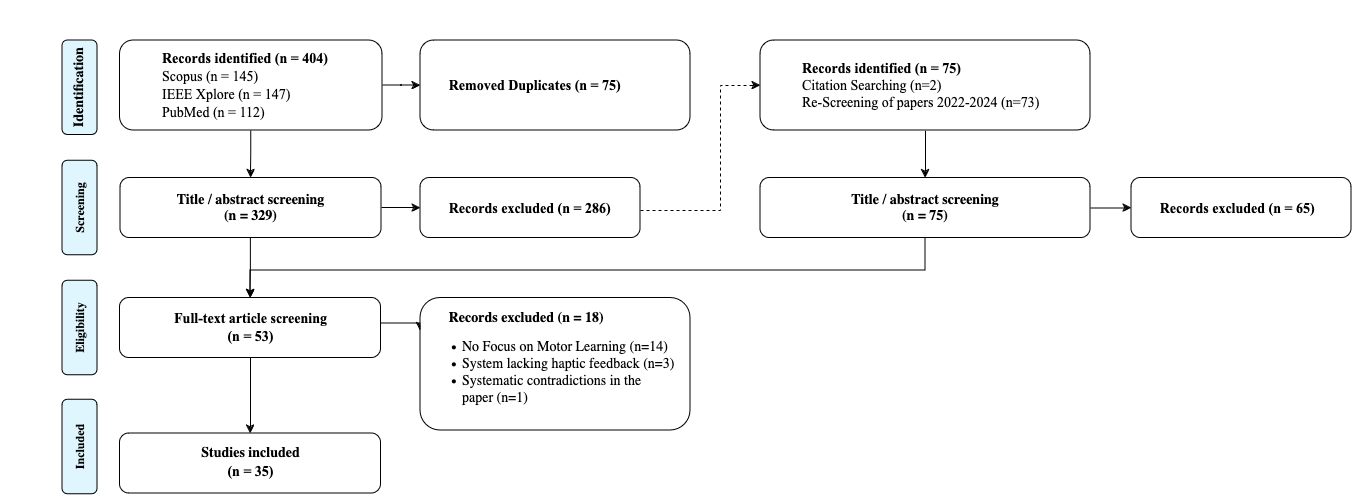
The draw.io diagram figures/prisma_overview.png in Hobsyllvin/Literature-Research-Master-Thesis, before a commit. Source tidied: cells renumbered, new cells last; positions are measured from the earlier drawing's top-left corner, leaving out a move shared by most shapes.
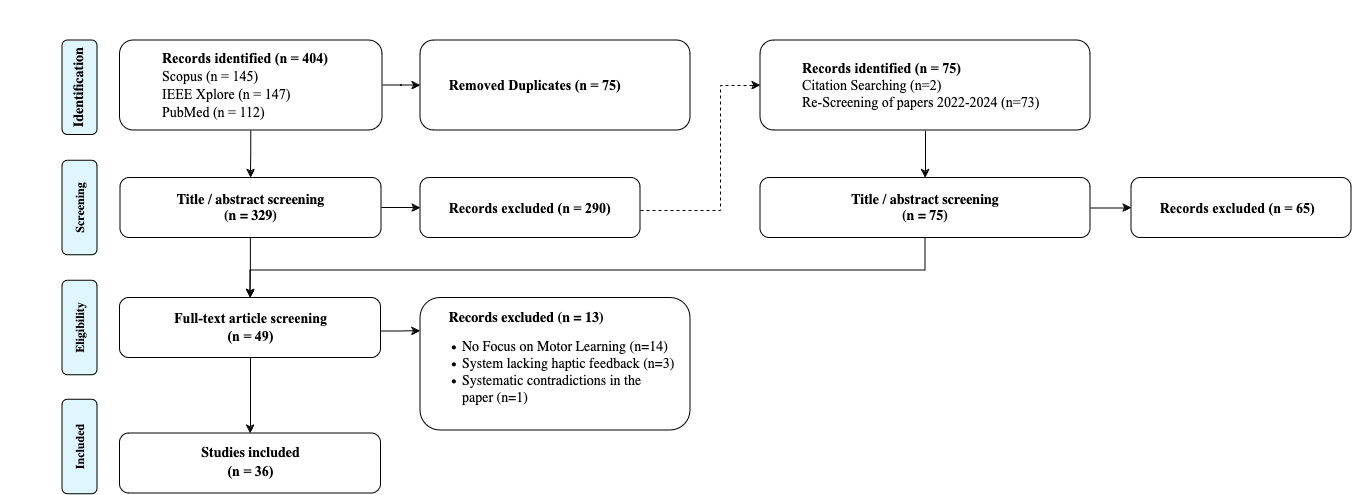
Later version of the same file.

The edit, as a diff of the source:
```diff
@@ -26,21 +26,21 @@
     <mxCell id="9" style="edgeStyle=orthogonalEdgeStyle;rounded=0;jettySize=auto;html=1;entryX=0;entryY=0.25;entryDx=0;entryDy=0;" parent="1" edge="1" source="10" target="12">
       <mxGeometry relative="1" as="geometry">
         <Array as="points">
-          <mxPoint x="390" y="323" />
-          <mxPoint x="390" y="323" />
+          <mxPoint x="400" y="331" />
+          <mxPoint x="400" y="331" />
         </Array>
       </mxGeometry>
     </mxCell>
-    <mxCell id="10" value="&lt;div&gt;&lt;font style=&quot;font-size: 14px;&quot; face=&quot;Times New Roman&quot;&gt;&lt;b&gt;&lt;font&gt;Full-text article screening&lt;/font&gt;&lt;/b&gt;&lt;/font&gt;&lt;/div&gt;&lt;div&gt;&lt;b&gt;&lt;font style=&quot;font-size: 14px;&quot; face=&quot;Times New Roman&quot;&gt;(n = 53)&lt;/font&gt;&lt;font size=&quot;3&quot; face=&quot;kwr3ORwjJ1YsfLUXT_0h&quot;&gt;&lt;br&gt;&lt;/font&gt;&lt;/b&gt;&lt;/div&gt;" style="rounded=1;whiteSpace=wrap;html=1;fontSize=12;glass=0;strokeWidth=1;shadow=0;" parent="1" vertex="1">
+    <mxCell id="10" value="&lt;div&gt;&lt;font style=&quot;font-size: 14px;&quot; face=&quot;Times New Roman&quot;&gt;&lt;b&gt;&lt;font&gt;Full-text article screening&lt;/font&gt;&lt;/b&gt;&lt;/font&gt;&lt;/div&gt;&lt;div&gt;&lt;b&gt;&lt;font style=&quot;font-size: 14px;&quot; face=&quot;Times New Roman&quot;&gt;(n = 49)&lt;/font&gt;&lt;font size=&quot;3&quot; face=&quot;kwr3ORwjJ1YsfLUXT_0h&quot;&gt;&lt;br&gt;&lt;/font&gt;&lt;/b&gt;&lt;/div&gt;" style="rounded=1;whiteSpace=wrap;html=1;fontSize=12;glass=0;strokeWidth=1;shadow=0;" parent="1" vertex="1">
       <mxGeometry x="119.5" y="297.5" width="261" height="60" as="geometry" />
     </mxCell>
-    <mxCell id="11" value="&lt;div align=&quot;left&quot;&gt;&lt;div&gt;&lt;font face=&quot;Times New Roman&quot;&gt;&lt;b&gt;&lt;font style=&quot;font-size: 14px;&quot;&gt;&lt;span style=&quot;white-space: pre;&quot;&gt;&#9;&lt;/span&gt;Records excluded (n = 286)&lt;/font&gt;&lt;/b&gt;&lt;/font&gt;&lt;/div&gt;&lt;/div&gt;" style="rounded=1;whiteSpace=wrap;html=1;fontSize=12;glass=0;strokeWidth=1;shadow=0;align=left;" parent="1" vertex="1">
+    <mxCell id="11" value="&lt;div align=&quot;left&quot;&gt;&lt;div&gt;&lt;font face=&quot;Times New Roman&quot;&gt;&lt;b&gt;&lt;font style=&quot;font-size: 14px;&quot;&gt;&lt;span style=&quot;white-space: pre;&quot;&gt;&#9;&lt;/span&gt;Records excluded (n = 290)&lt;/font&gt;&lt;/b&gt;&lt;/font&gt;&lt;/div&gt;&lt;/div&gt;" style="rounded=1;whiteSpace=wrap;html=1;fontSize=12;glass=0;strokeWidth=1;shadow=0;align=left;" parent="1" vertex="1">
       <mxGeometry x="420" y="177.5" width="220" height="60" as="geometry" />
     </mxCell>
-    <mxCell id="12" value="&lt;div align=&quot;justify&quot;&gt;&lt;b&gt;&lt;font style=&quot;font-size: 14px;&quot; face=&quot;Lucida Console&quot;&gt;&lt;span style=&quot;white-space: pre;&quot;&gt;&#9;&lt;/span&gt;Records excluded (n = 18)&lt;/font&gt;&lt;/b&gt;&lt;/div&gt;&lt;div align=&quot;justify&quot;&gt;&lt;ul&gt;&lt;li&gt;&lt;font style=&quot;font-size: 14px;&quot; face=&quot;mY5P2F2tdVI3r5gdOyLp&quot;&gt;No Focus on Motor Learning&lt;/font&gt;&lt;font style=&quot;font-size: 14px;&quot; face=&quot;mY5P2F2tdVI3r5gdOyLp&quot;&gt; (n=14)&lt;/font&gt;&lt;/li&gt;&lt;li&gt;&lt;font style=&quot;font-size: 14px;&quot; face=&quot;mY5P2F2tdVI3r5gdOyLp&quot;&gt;System lacking haptic feedback (n=3)&lt;/font&gt;&lt;/li&gt;&lt;li&gt;&lt;font style=&quot;font-size: 14px;&quot; face=&quot;mY5P2F2tdVI3r5gdOyLp&quot;&gt;Systematic contradictions in the &lt;br&gt;paper (n=1)&lt;br&gt;&lt;/font&gt;&lt;/li&gt;&lt;/ul&gt;&lt;/div&gt;" style="rounded=1;whiteSpace=wrap;html=1;fontSize=12;glass=0;strokeWidth=1;shadow=0;align=left;" parent="1" vertex="1">
+    <mxCell id="12" value="&lt;div align=&quot;justify&quot;&gt;&lt;b&gt;&lt;font style=&quot;font-size: 14px;&quot; face=&quot;Lucida Console&quot;&gt;&lt;span style=&quot;white-space: pre;&quot;&gt;&#9;&lt;/span&gt;Records excluded (n = 13)&lt;/font&gt;&lt;/b&gt;&lt;/div&gt;&lt;div align=&quot;justify&quot;&gt;&lt;ul&gt;&lt;li&gt;&lt;font style=&quot;font-size: 14px;&quot; face=&quot;mY5P2F2tdVI3r5gdOyLp&quot;&gt;No Focus on Motor Learning&lt;/font&gt;&lt;font style=&quot;font-size: 14px;&quot; face=&quot;mY5P2F2tdVI3r5gdOyLp&quot;&gt; (n=14)&lt;/font&gt;&lt;/li&gt;&lt;li&gt;&lt;font style=&quot;font-size: 14px;&quot; face=&quot;mY5P2F2tdVI3r5gdOyLp&quot;&gt;System lacking haptic feedback (n=3)&lt;/font&gt;&lt;/li&gt;&lt;li&gt;&lt;font style=&quot;font-size: 14px;&quot; face=&quot;mY5P2F2tdVI3r5gdOyLp&quot;&gt;Systematic contradictions in the &lt;br&gt;paper (n=1)&lt;br&gt;&lt;/font&gt;&lt;/li&gt;&lt;/ul&gt;&lt;/div&gt;" style="rounded=1;whiteSpace=wrap;html=1;fontSize=12;glass=0;strokeWidth=1;shadow=0;align=left;" parent="1" vertex="1">
       <mxGeometry x="420" y="297.5" width="270" height="132.5" as="geometry" />
     </mxCell>
-    <mxCell id="13" value="&lt;div&gt;&lt;font style=&quot;font-size: 14px;&quot;&gt;&lt;b&gt;&lt;font face=&quot;Lucida Console&quot;&gt;Studies included&lt;/font&gt;&lt;/b&gt;&lt;/font&gt;&lt;/div&gt;&lt;div&gt;&lt;b&gt;&lt;font face=&quot;Times New Roman&quot; style=&quot;font-size: 14px;&quot;&gt;(n = 35)&lt;/font&gt;&lt;font face=&quot;HePOMZP5A3MMD9hjjT4f&quot; size=&quot;3&quot;&gt;&lt;br&gt;&lt;/font&gt;&lt;/b&gt;&lt;/div&gt;" style="rounded=1;whiteSpace=wrap;html=1;fontSize=12;glass=0;strokeWidth=1;shadow=0;" parent="1" vertex="1">
+    <mxCell id="13" value="&lt;div&gt;&lt;font style=&quot;font-size: 14px;&quot;&gt;&lt;b&gt;&lt;font face=&quot;Lucida Console&quot;&gt;Studies included&lt;/font&gt;&lt;/b&gt;&lt;/font&gt;&lt;/div&gt;&lt;div&gt;&lt;b&gt;&lt;font face=&quot;Times New Roman&quot; style=&quot;font-size: 14px;&quot;&gt;(n = 36)&lt;/font&gt;&lt;font face=&quot;HePOMZP5A3MMD9hjjT4f&quot; size=&quot;3&quot;&gt;&lt;br&gt;&lt;/font&gt;&lt;/b&gt;&lt;/div&gt;" style="rounded=1;whiteSpace=wrap;html=1;fontSize=12;glass=0;strokeWidth=1;shadow=0;" parent="1" vertex="1">
       <mxGeometry x="119.5" y="433" width="261" height="60" as="geometry" />
     </mxCell>
     <mxCell id="14" value="&lt;div align=&quot;left&quot;&gt;&lt;font face=&quot;Times New Roman&quot; style=&quot;font-size: 14px;&quot;&gt;&lt;b&gt;&lt;span style=&quot;white-space: pre;&quot;&gt;&#9;&lt;/span&gt;Removed Duplicates (n = 75)&lt;/b&gt;&lt;/font&gt;&lt;/div&gt;" style="rounded=1;whiteSpace=wrap;html=1;fontSize=12;glass=0;strokeWidth=1;shadow=0;align=left;" parent="1" vertex="1">
```
